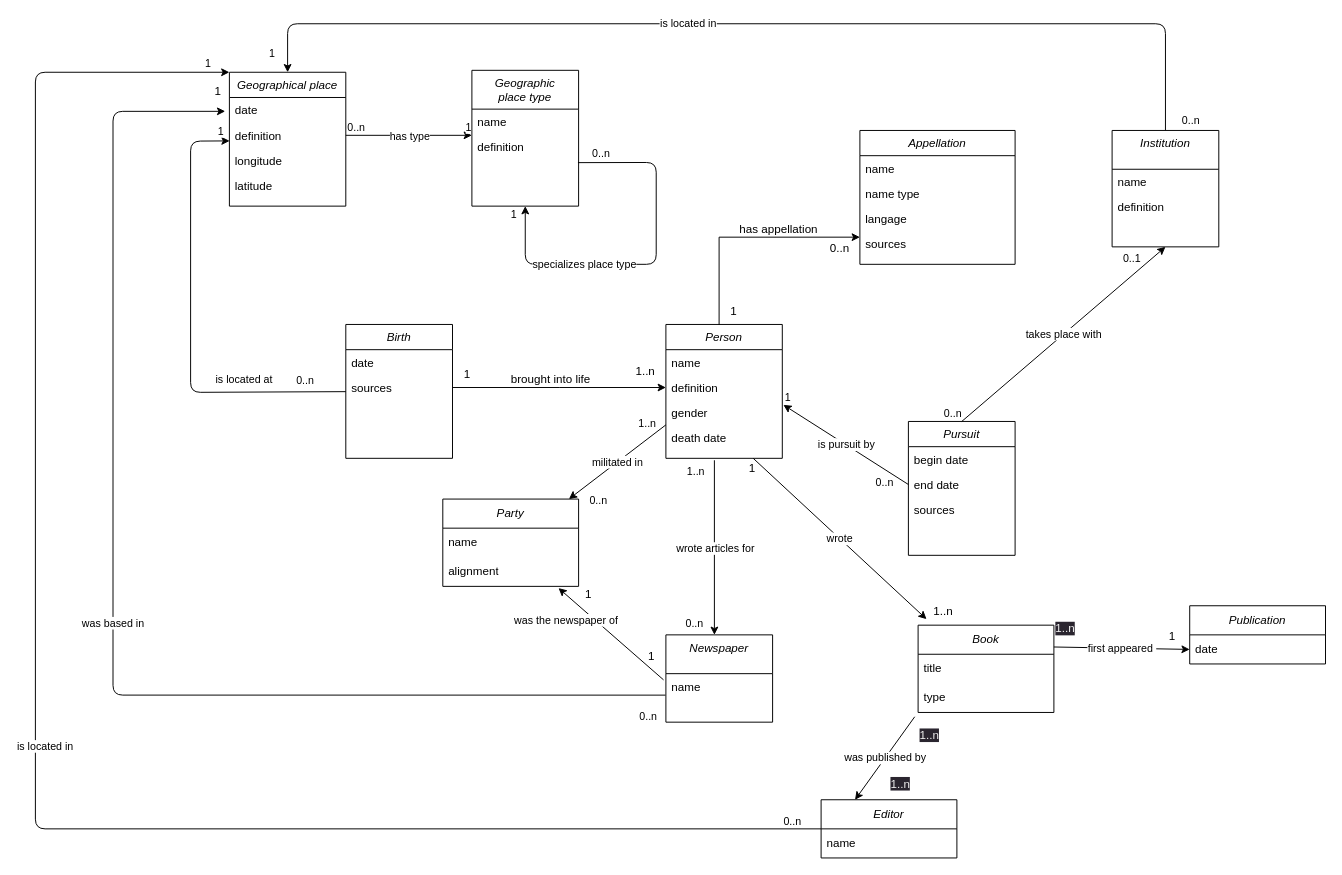
This is MCD_to_database_Siria.drawio from spanzerotto/italian_poets_XX, a draw.io file, before an edit. Source tidied: cells renumbered, new cells numbered last; positions are measured from the earlier drawing's top-left corner, leaving out a move shared by most shapes. Both pictures are drawn from the tidied source at 97%, with x=0, y=0 at pixel (35, 23).
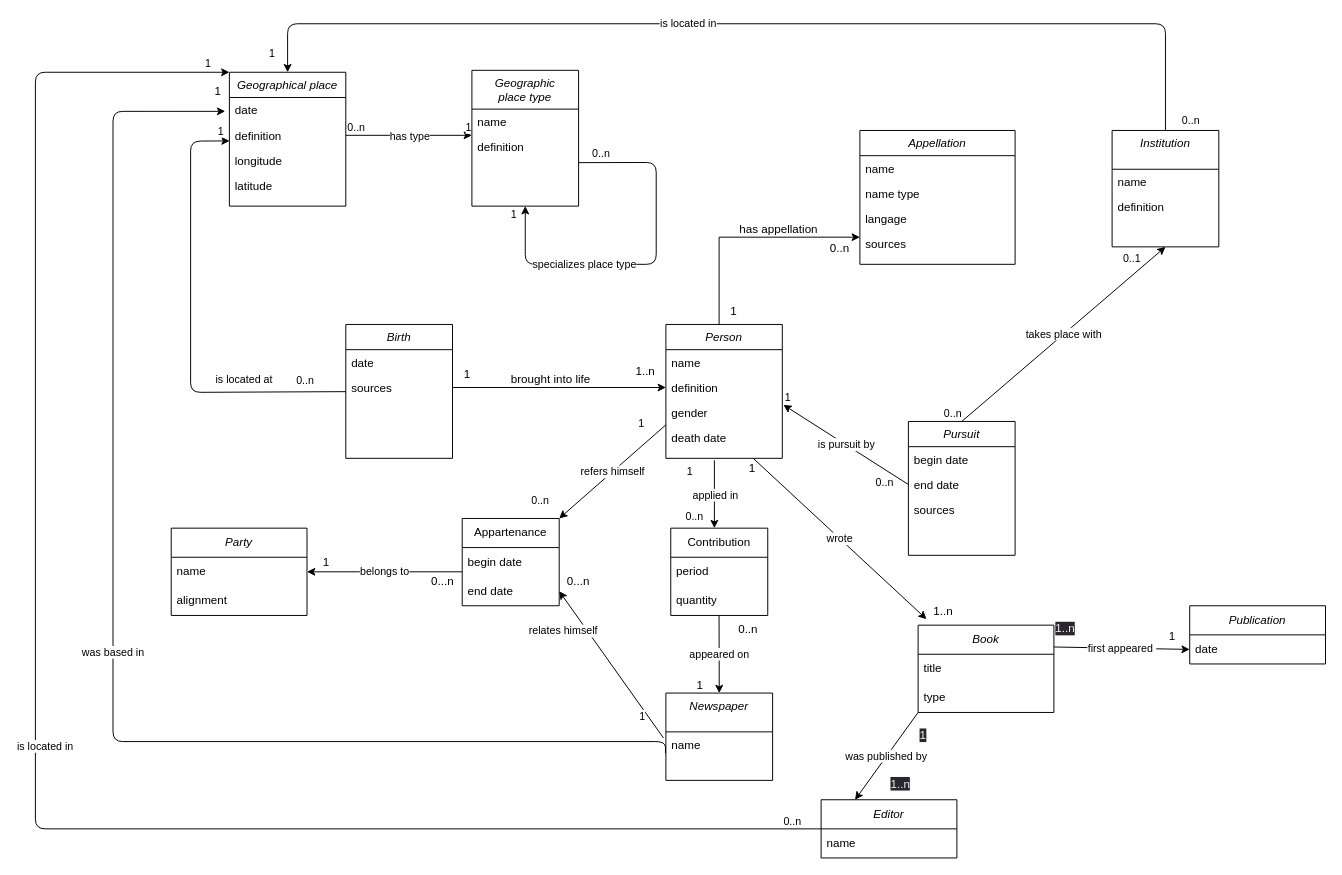
The same diagram, later.

The change refers to these unchanged cells:
```xml
<mxCell id="6" value="Person" style="swimlane;fontStyle=2;align=center;verticalAlign=top;horizontal=1;startSize=26;rounded=0;shadow=0;strokeWidth=1;" parent="1" vertex="1">
  <mxGeometry x="650" y="310" width="120" height="138" as="geometry" />
</mxCell>
<mxCell id="26" value="definition" style="text;align=left;verticalAlign=top;spacingLeft=4;spacingRight=4;overflow=hidden;points=[[0,0.5],[1,0.5]];portConstraint=eastwest;rounded=0;shadow=0;html=0;" parent="24" vertex="1">
  <mxGeometry y="52" width="120" height="26" as="geometry" />
</mxCell>
<mxCell id="38" value="name" style="text;align=left;verticalAlign=top;spacingLeft=4;spacingRight=4;overflow=hidden;points=[[0,0.5],[1,0.5]];portConstraint=eastwest;" parent="37" vertex="1">
  <mxGeometry y="40" width="110" height="26" as="geometry" />
</mxCell>
<mxCell id="70" value="name" style="text;strokeColor=none;fillColor=none;align=left;verticalAlign=middle;spacingLeft=4;spacingRight=4;overflow=hidden;points=[[0,0.5],[1,0.5]];portConstraint=eastwest;whiteSpace=wrap;html=1;" parent="69" vertex="1">
  <mxGeometry y="30" width="140" height="30" as="geometry" />
</mxCell>
<mxCell id="71" value="alignment" style="text;strokeColor=none;fillColor=none;align=left;verticalAlign=middle;spacingLeft=4;spacingRight=4;overflow=hidden;points=[[0,0.5],[1,0.5]];portConstraint=eastwest;whiteSpace=wrap;html=1;" parent="69" vertex="1">
  <mxGeometry y="60" width="140" height="30" as="geometry" />
</mxCell>
<mxCell id="83" value="type" style="text;strokeColor=none;fillColor=none;align=left;verticalAlign=middle;spacingLeft=4;spacingRight=4;overflow=hidden;points=[[0,0.5],[1,0.5]];portConstraint=eastwest;whiteSpace=wrap;html=1;" parent="81" vertex="1">
  <mxGeometry y="60" width="140" height="30" as="geometry" />
</mxCell>
<mxCell id="87" value="&lt;i&gt;Editor&lt;/i&gt;" style="swimlane;fontStyle=0;horizontal=1;startSize=30;whiteSpace=wrap;html=1;" parent="1" vertex="1">
  <mxGeometry x="810" y="800" width="140" height="60" as="geometry" />
</mxCell>
```

Change to the diagram source:
```diff
@@
     <mxCell id="37" value="Newspaper" style="swimlane;fontStyle=2;align=center;verticalAlign=top;horizontal=1;startSize=40;rounded=0;shadow=0;strokeWidth=1;" parent="1" vertex="1">
-      <mxGeometry x="650" y="630" width="110" height="90" as="geometry" />
+      <mxGeometry x="650" y="690" width="110" height="90" as="geometry" />
     </mxCell>
@@
     <mxCell id="48" style="endArrow=classic;html=1;" parent="1" edge="1">
       <mxGeometry x="0.14" y="-42" relative="1" as="geometry">
         <mxPoint x="700" y="450" as="sourcePoint" />
-        <mxPoint x="700" y="630" as="targetPoint" />
+        <mxPoint x="700" y="520" as="targetPoint" />
       </mxGeometry>
     </mxCell>
-    <mxCell id="49" value="wrote articles for" style="edgeLabel;html=1;align=center;verticalAlign=middle;" parent="48" vertex="1">
+    <mxCell id="49" value="applied in" style="edgeLabel;html=1;align=center;verticalAlign=middle;" parent="48" vertex="1">
       <mxGeometry relative="1" as="geometry" />
     </mxCell>
-    <mxCell id="50" value="1..n" style="edgeLabel;html=1;align=left;verticalAlign=bottom;" parent="48" vertex="1">
+    <mxCell id="50" value="1" style="edgeLabel;html=1;align=left;verticalAlign=bottom;" parent="48" vertex="1">
       <mxGeometry x="-1" relative="1" as="geometry">
         <mxPoint x="-80" y="-30" as="offset" />
       </mxGeometry>
     </mxCell>
@@
     <mxCell id="69" value="&lt;i&gt;Party&lt;/i&gt;" style="swimlane;fontStyle=0;horizontal=1;startSize=30;whiteSpace=wrap;html=1;" parent="1" vertex="1">
-      <mxGeometry x="420" y="490" width="140" height="90" as="geometry" />
+      <mxGeometry x="140" y="520" width="140" height="90" as="geometry" />
     </mxCell>
@@
-    <mxCell id="72" value="militated in" style="endArrow=classic;html=1;exitX=0;exitY=0.75;exitDx=0;exitDy=0;" parent="1" edge="1" source="6">
-      <mxGeometry relative="1" as="geometry">
-        <mxPoint x="550" y="490" as="targetPoint" />
-      </mxGeometry>
+    <mxCell id="72" value="refers himself" style="endArrow=classic;html=1;exitX=0;exitY=0.75;exitDx=0;exitDy=0;entryX=1;entryY=0;entryDx=0;entryDy=0;" parent="1" edge="1" source="6" target="100">
+      <mxGeometry relative="1" as="geometry" />
     </mxCell>
-    <mxCell id="73" value="1..n" style="edgeLabel;html=1;align=left;verticalAlign=bottom;" parent="1" vertex="1">
+    <mxCell id="73" value="1" style="edgeLabel;html=1;align=left;verticalAlign=bottom;" parent="1" vertex="1">
       <mxGeometry x="670" y="470" as="geometry" />
     </mxCell>
     <mxCell id="74" value="0..n" style="edgeLabel;html=1;align=right;verticalAlign=bottom;" parent="1" vertex="1">
-      <mxGeometry x="590" y="500" as="geometry" />
+      <mxGeometry x="530" y="500" as="geometry" />
     </mxCell>
-    <mxCell id="75" value="was the newspaper of" style="endArrow=classic;html=1;entryX=0.852;entryY=1.059;entryDx=0;entryDy=0;entryPerimeter=0;exitX=-0.022;exitY=0.246;exitDx=0;exitDy=0;exitPerimeter=0;" parent="1" edge="1" source="38" target="71">
+    <mxCell id="75" value="relates himself" style="endArrow=classic;html=1;entryX=1;entryY=0.5;entryDx=0;entryDy=0;exitX=-0.022;exitY=0.246;exitDx=0;exitDy=0;exitPerimeter=0;" parent="1" edge="1" source="38" target="102">
       <mxGeometry x="0.62" y="20" relative="1" as="geometry" />
     </mxCell>
-    <mxCell id="76" value="1" style="align=left;verticalAlign=bottom;labelBackgroundColor=none;fontSize=12;" parent="1" vertex="1">
-      <mxGeometry x="490" y="379" as="geometry">
-        <mxPoint x="75" y="218" as="offset" />
-      </mxGeometry>
-    </mxCell>
     <mxCell id="77" value="1" style="align=left;verticalAlign=bottom;labelBackgroundColor=none;fontSize=12;" parent="1" vertex="1">
-      <mxGeometry x="630" y="660" as="geometry" />
+      <mxGeometry x="680" y="690" as="geometry" />
     </mxCell>
     <mxCell id="78" value="was based in" style="endArrow=classic;html=1;edgeStyle=orthogonalEdgeStyle;exitX=-0.004;exitY=0.851;exitDx=0;exitDy=0;exitPerimeter=0;entryX=-0.036;entryY=-0.451;entryDx=0;entryDy=0;entryPerimeter=0;" parent="1" edge="1" source="38" target="26">
       <mxGeometry relative="1" as="geometry">
         <Array as="points">
-          <mxPoint x="80" y="692" />
+          <mxPoint x="650" y="740" />
+          <mxPoint x="80" y="740" />
           <mxPoint x="80" y="90" />
         </Array>
       </mxGeometry>
     </mxCell>
@@
-    <mxCell id="80" value="0..n" style="edgeLabel;html=1;align=left;verticalAlign=bottom;" parent="1" vertex="1">
+    <mxCell id="80" value="1" style="edgeLabel;html=1;align=left;verticalAlign=bottom;" parent="1" vertex="1">
       <mxGeometry x="330" y="125" as="geometry">
         <mxPoint x="291" y="597" as="offset" />
       </mxGeometry>
     </mxCell>
@@
-    <mxCell id="89" value="was published by" style="endArrow=classic;html=1;exitX=-0.025;exitY=1.148;exitDx=0;exitDy=0;exitPerimeter=0;entryX=0.25;entryY=0;entryDx=0;entryDy=0;" parent="1" edge="1" source="83" target="87">
-      <mxGeometry relative="1" as="geometry" />
+    <mxCell id="89" value="was published by" style="endArrow=classic;html=1;entryX=0.25;entryY=0;entryDx=0;entryDy=0;" parent="1" edge="1" target="87">
+      <mxGeometry relative="1" as="geometry">
+        <mxPoint x="910" y="710" as="sourcePoint" />
+      </mxGeometry>
     </mxCell>
-    <mxCell id="90" value="&lt;span style=&quot;color: rgb(240, 240, 240); font-family: Helvetica; font-size: 12px; font-style: normal; font-variant-ligatures: normal; font-variant-caps: normal; font-weight: 400; letter-spacing: normal; orphans: 2; text-align: right; text-indent: 0px; text-transform: none; widows: 2; word-spacing: 0px; -webkit-text-stroke-width: 0px; background-color: rgb(42, 37, 47); text-decoration-thickness: initial; text-decoration-style: initial; text-decoration-color: initial; float: none; display: inline !important;&quot;&gt;1..n&lt;/span&gt;" style="text;whiteSpace=wrap;html=1;" parent="1" vertex="1">
+    <mxCell id="90" value="&lt;span style=&quot;color: rgb(240, 240, 240); font-family: Helvetica; font-size: 12px; font-style: normal; font-variant-ligatures: normal; font-variant-caps: normal; font-weight: 400; letter-spacing: normal; orphans: 2; text-align: right; text-indent: 0px; text-transform: none; widows: 2; word-spacing: 0px; -webkit-text-stroke-width: 0px; background-color: rgb(42, 37, 47); text-decoration-thickness: initial; text-decoration-style: initial; text-decoration-color: initial; float: none; display: inline !important;&quot;&gt;1&lt;/span&gt;" style="text;whiteSpace=wrap;html=1;" parent="1" vertex="1">
       <mxGeometry x="910" y="720" width="30" height="20" as="geometry" />
     </mxCell>
@@
+    <mxCell id="100" value="Appartenance" style="swimlane;fontStyle=0;horizontal=1;startSize=30;whiteSpace=wrap;html=1;" parent="1" vertex="1">
+      <mxGeometry x="440" y="510" width="100" height="90" as="geometry" />
+    </mxCell>
+    <mxCell id="101" value="begin date" style="text;strokeColor=none;fillColor=none;align=left;verticalAlign=middle;spacingLeft=4;spacingRight=4;overflow=hidden;whiteSpace=wrap;html=1;" parent="100" vertex="1">
+      <mxGeometry y="30" width="100" height="30" as="geometry" />
+    </mxCell>
+    <mxCell id="102" value="end date" style="text;strokeColor=none;fillColor=none;align=left;verticalAlign=middle;spacingLeft=4;spacingRight=4;overflow=hidden;points=[[0,0.5],[1,0.5]];portConstraint=eastwest;whiteSpace=wrap;html=1;" parent="100" vertex="1">
+      <mxGeometry y="60" width="100" height="30" as="geometry" />
+    </mxCell>
+    <mxCell id="103" value="belongs to" style="endArrow=classic;html=1;entryX=1;entryY=0.5;entryDx=0;entryDy=0;" parent="1" edge="1" target="70">
+      <mxGeometry relative="1" as="geometry">
+        <mxPoint x="440" y="565" as="sourcePoint" />
+      </mxGeometry>
+    </mxCell>
+    <mxCell id="76" value="1" style="text;html=1;strokeColor=none;fillColor=none;align=center;verticalAlign=middle;whiteSpace=wrap;rounded=0;" parent="1" vertex="1">
+      <mxGeometry x="270" y="540" width="60" height="30" as="geometry" />
+    </mxCell>
+    <mxCell id="104" value="Contribution" style="swimlane;fontStyle=0;horizontal=1;startSize=30;whiteSpace=wrap;html=1;" parent="1" vertex="1">
+      <mxGeometry x="655" y="520" width="100" height="90" as="geometry" />
+    </mxCell>
+    <mxCell id="105" value="period" style="text;strokeColor=none;fillColor=none;align=left;verticalAlign=middle;spacingLeft=4;spacingRight=4;overflow=hidden;whiteSpace=wrap;html=1;" parent="104" vertex="1">
+      <mxGeometry y="30" width="100" height="30" as="geometry" />
+    </mxCell>
+    <mxCell id="106" value="quantity" style="text;strokeColor=none;fillColor=none;align=left;verticalAlign=middle;spacingLeft=4;spacingRight=4;overflow=hidden;points=[[0,0.5],[1,0.5]];portConstraint=eastwest;whiteSpace=wrap;html=1;" parent="104" vertex="1">
+      <mxGeometry y="60" width="100" height="30" as="geometry" />
+    </mxCell>
+    <mxCell id="107" value="appeared on" style="endArrow=classic;html=1;exitX=0.498;exitY=1.007;exitDx=0;exitDy=0;exitPerimeter=0;entryX=0.5;entryY=0;entryDx=0;entryDy=0;" parent="1" edge="1" source="106" target="37">
+      <mxGeometry relative="1" as="geometry" />
+    </mxCell>
+    <mxCell id="108" value="0..n" style="text;html=1;strokeColor=none;fillColor=none;align=center;verticalAlign=middle;whiteSpace=wrap;rounded=0;" parent="1" vertex="1">
+      <mxGeometry x="710" y="610" width="50" height="30" as="geometry" />
+    </mxCell>
+    <mxCell id="109" value="0...n" style="text;html=1;strokeColor=none;fillColor=none;align=center;verticalAlign=middle;whiteSpace=wrap;rounded=0;" parent="1" vertex="1">
+      <mxGeometry x="530" y="560" width="60" height="30" as="geometry" />
+    </mxCell>
+    <mxCell id="110" value="0...n" style="text;html=1;strokeColor=none;fillColor=none;align=center;verticalAlign=middle;whiteSpace=wrap;rounded=0;" parent="1" vertex="1">
+      <mxGeometry x="390" y="560" width="60" height="30" as="geometry" />
+    </mxCell>
```
